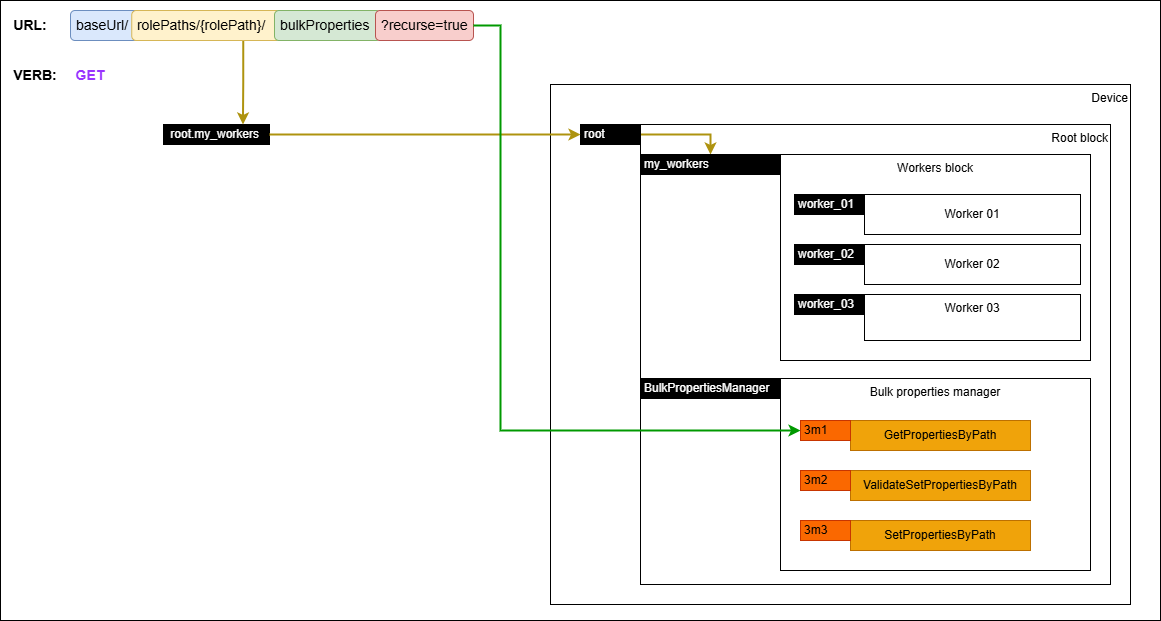
Above: docs/images/getting-bulk-properties.png in AMWA-TV/is-14 (draw.io), before the change. Source tidied: cells renumbered, new cells last; positions are measured from the earlier drawing's top-left corner, leaving out a move shared by most shapes.
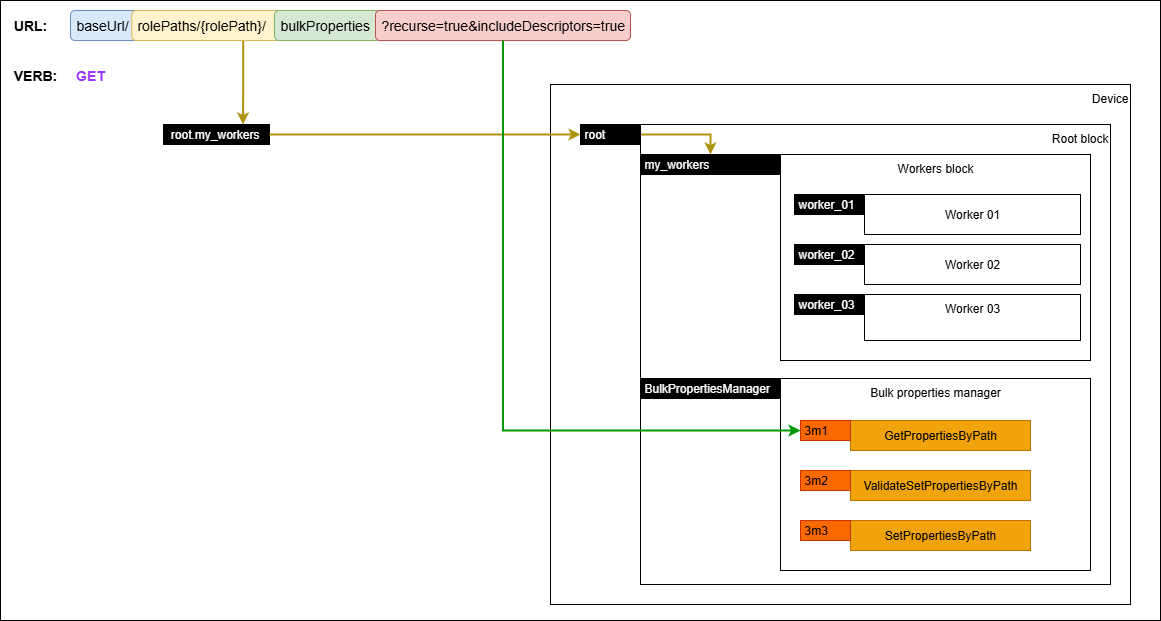
Later version of the same file.

Change to the diagram source:
```diff
@@ -92,14 +92,13 @@
     <mxCell id="31" value="&amp;nbsp;bulkProperties" style="rounded=1;whiteSpace=wrap;html=1;align=left;fontSize=14;fillColor=#d5e8d4;strokeColor=#82b366;" parent="1" vertex="1">
       <mxGeometry x="274" y="10" width="106" height="30" as="geometry" />
     </mxCell>
-    <mxCell id="32" value="&amp;nbsp;?recurse=true" style="rounded=1;whiteSpace=wrap;html=1;align=left;fontSize=14;fillColor=#f8cecc;strokeColor=#b85450;" parent="1" vertex="1">
-      <mxGeometry x="375" y="10" width="98" height="30" as="geometry" />
+    <mxCell id="32" value="&amp;nbsp;?recurse=true&amp;amp;includeDescriptors=true" style="rounded=1;whiteSpace=wrap;html=1;align=left;fontSize=14;fillColor=#f8cecc;strokeColor=#b85450;" parent="1" vertex="1">
+      <mxGeometry x="375" y="10" width="255" height="30" as="geometry" />
     </mxCell>
-    <mxCell id="33" style="edgeStyle=orthogonalEdgeStyle;rounded=0;jettySize=auto;html=1;fontColor=#000000;strokeColor=#009900;entryX=0;entryY=0.5;entryDx=0;entryDy=0;strokeWidth=2;exitX=1;exitY=0.5;exitDx=0;exitDy=0;" parent="1" edge="1" source="32" target="17">
+    <mxCell id="33" style="edgeStyle=orthogonalEdgeStyle;rounded=0;jettySize=auto;html=1;fontColor=#000000;strokeColor=#009900;entryX=0;entryY=0.5;entryDx=0;entryDy=0;strokeWidth=2;exitX=0.5;exitY=1;exitDx=0;exitDy=0;" parent="1" edge="1" source="32" target="17">
       <mxGeometry relative="1" as="geometry">
         <Array as="points">
-          <mxPoint x="500" y="25" />
-          <mxPoint x="500" y="430" />
+          <mxPoint x="503" y="430" />
         </Array>
       </mxGeometry>
     </mxCell>
```
